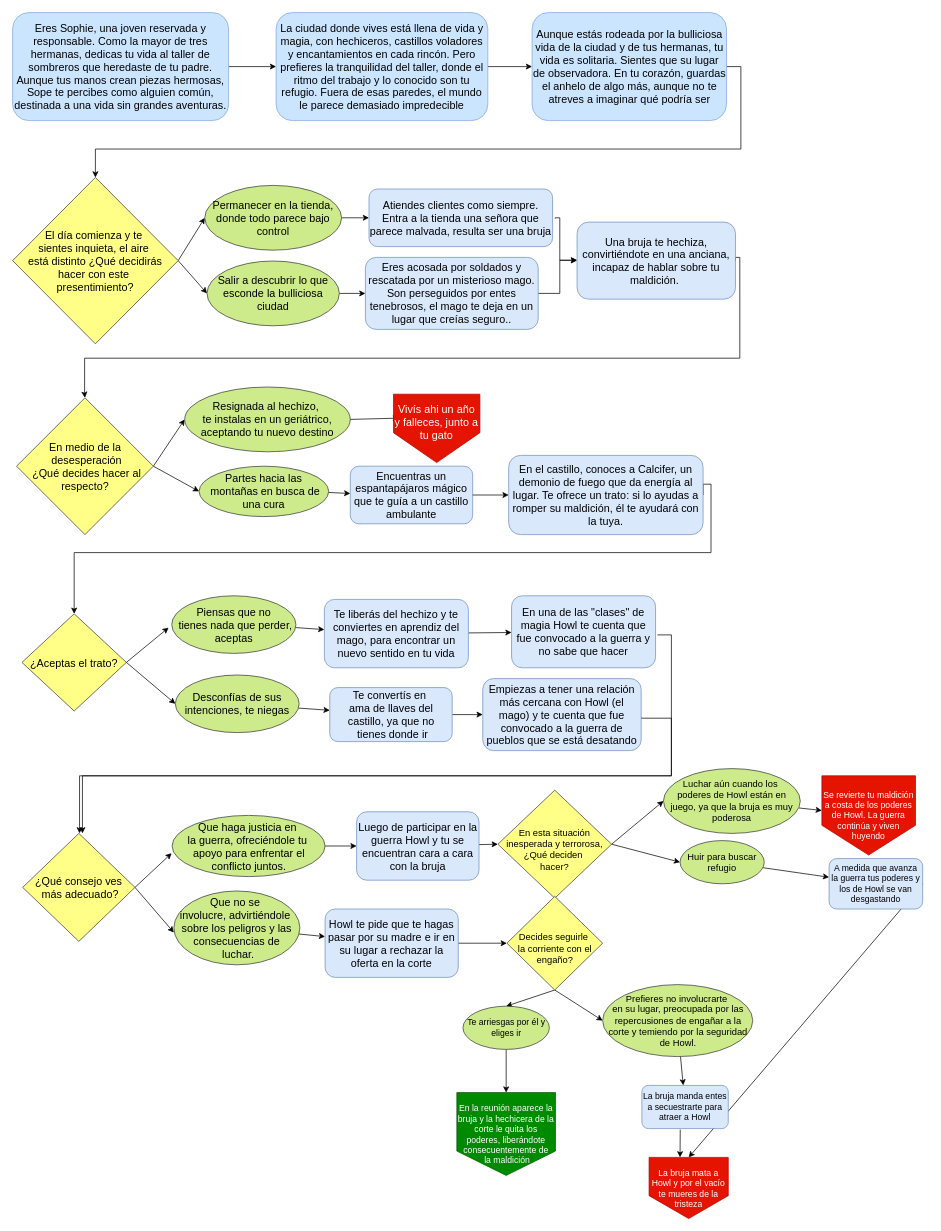
Above: Untitled Diagram.drawio in delfinapinto/pmiw (draw.io), before the change. Source tidied: cells renumbered, new cells numbered last; positions are measured from the earlier drawing's top-left corner, leaving out a move shared by most shapes. Both pictures are drawn from the tidied source at 72%, with x=0, y=0 at pixel (12, 12).
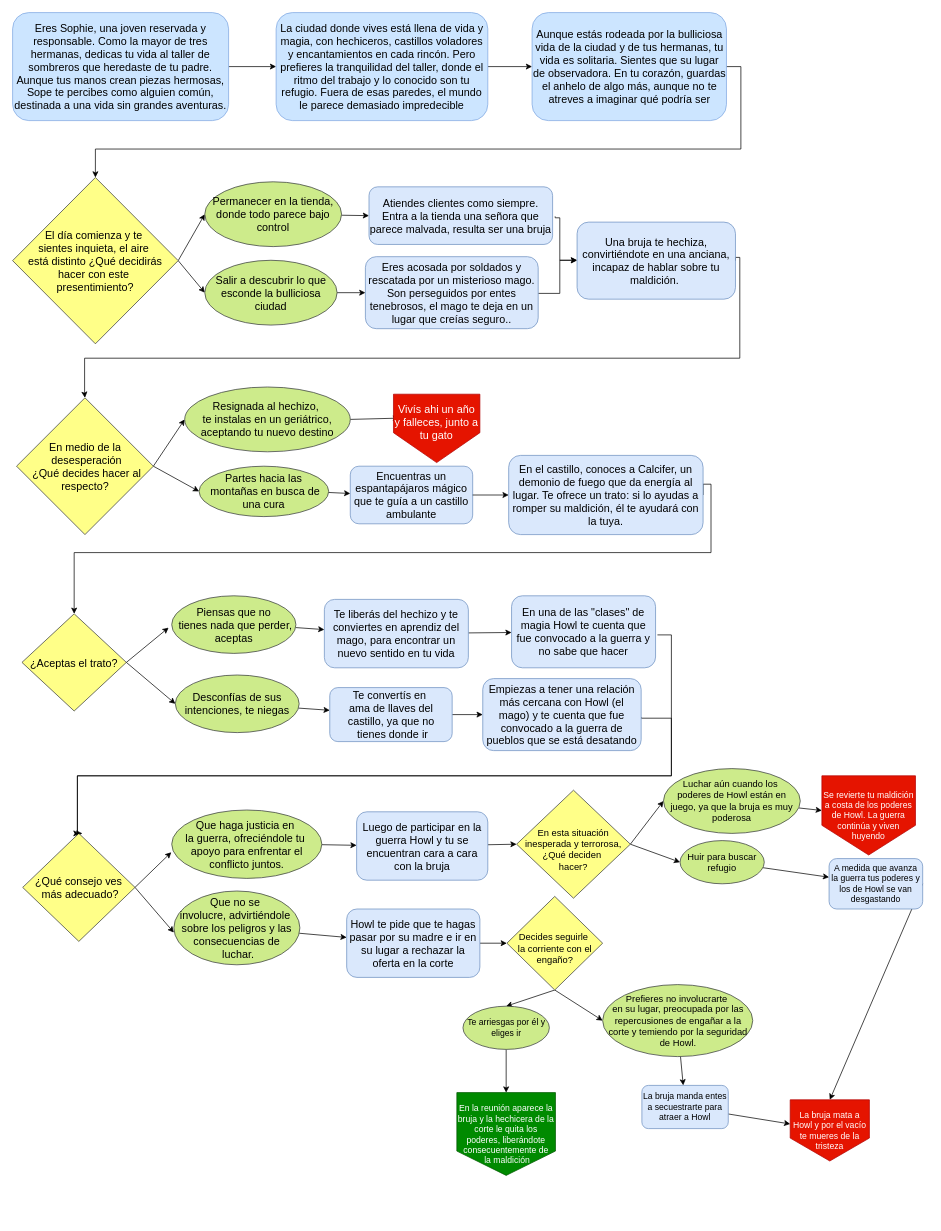
After the change.

The change refers to these unchanged cells:
```xml
<mxCell id="39" value="&lt;font style=&quot;font-size: 15px;&quot;&gt;Empiezas a tener una relación más cercana con Howl (el mago) y te cuenta que fue convocado a la guerra de pueblos que se está desatando&lt;/font&gt;" style="rounded=1;whiteSpace=wrap;html=1;fillColor=#dae8fc;strokeColor=#6c8ebf;" parent="1" vertex="1">
  <mxGeometry x="653" y="925" width="220" height="100" as="geometry" />
</mxCell>
<mxCell id="70" value="La bruja manda entes a secuestrarte para atraer a Howl" style="rounded=1;whiteSpace=wrap;html=1;fillColor=#dae8fc;strokeColor=#6c8ebf;" parent="1" vertex="1">
  <mxGeometry x="874" y="1490" width="120" height="60" as="geometry" />
</mxCell>
```

What changed in the source:
```diff
@@
     <mxCell id="8" value="&lt;font style=&quot;font-size: 15px;&quot;&gt;Permanecer en la tienda, donde todo parece bajo control&lt;/font&gt;" style="ellipse;whiteSpace=wrap;html=1;fillColor=#cdeb8b;strokeColor=#36393d;" parent="1" vertex="1">
-      <mxGeometry x="266.9" y="240" width="190" height="90" as="geometry" />
+      <mxGeometry x="266.9" y="235" width="190" height="90" as="geometry" />
     </mxCell>
@@
     <mxCell id="10" value="&lt;font style=&quot;font-size: 15px;&quot;&gt;Salir a descubrir lo que esconde la bulliciosa ciudad&lt;/font&gt;" style="ellipse;whiteSpace=wrap;html=1;fillColor=#cdeb8b;strokeColor=#36393d;" parent="1" vertex="1">
-      <mxGeometry x="270" y="345" width="183.8" height="90" as="geometry" />
+      <mxGeometry x="266.9" y="344" width="183.8" height="90" as="geometry" />
     </mxCell>
@@
     <mxCell id="12" value="&lt;font style=&quot;font-size: 15px;&quot;&gt;Atiendes clientes como siempre. Entra a la tienda una señora que parece malvada, resulta ser una bruja&lt;/font&gt;" style="whiteSpace=wrap;html=1;rounded=1;fillColor=#dae8fc;strokeColor=#6c8ebf;" parent="1" vertex="1">
-      <mxGeometry x="495" y="245" width="255" height="80" as="geometry" />
+      <mxGeometry x="495" y="242" width="255" height="80" as="geometry" />
     </mxCell>
@@
     <mxCell id="14" value="&lt;font style=&quot;font-size: 15px;&quot;&gt;Eres acosada por soldados y rescatada por un misterioso mago. Son perseguidos por entes tenebrosos, el mago te deja en un lugar  que creías seguro..&lt;/font&gt;" style="rounded=1;whiteSpace=wrap;html=1;fillColor=#dae8fc;strokeColor=#6c8ebf;" parent="1" vertex="1">
-      <mxGeometry x="490" y="340" width="240" height="100" as="geometry" />
+      <mxGeometry x="490" y="339" width="240" height="100" as="geometry" />
     </mxCell>
@@
     <mxCell id="38" style="edgeStyle=orthogonalEdgeStyle;rounded=0;jettySize=auto;html=1;entryX=0.5;entryY=0;entryDx=0;entryDy=0;exitX=1;exitY=0.537;exitDx=0;exitDy=0;exitPerimeter=0;" parent="1" edge="1" source="39">
       <mxGeometry relative="1" as="geometry">
         <mxPoint x="97" y="1140" as="targetPoint" />
         <Array as="points">
           <mxPoint x="873" y="980" />
           <mxPoint x="915" y="980" />
           <mxPoint x="915" y="1060" />
-          <mxPoint x="97" y="1060" />
+          <mxPoint x="90" y="1060" />
+          <mxPoint x="90" y="1140" />
         </Array>
       </mxGeometry>
     </mxCell>
@@
     <mxCell id="44" value="&lt;font style=&quot;font-size: 15px;&quot;&gt;Que haga justicia en&amp;nbsp;&lt;/font&gt;&lt;div&gt;&lt;font style=&quot;font-size: 15px;&quot;&gt;la&amp;nbsp;&lt;/font&gt;&lt;span style=&quot;font-size: 15px; background-color: initial;&quot;&gt;guerra, ofreciéndole tu&amp;nbsp;&lt;/span&gt;&lt;/div&gt;&lt;div&gt;&lt;span style=&quot;font-size: 15px; background-color: initial;&quot;&gt;apoyo para enfrentar el conflicto juntos.&lt;/span&gt;&lt;/div&gt;" style="ellipse;whiteSpace=wrap;html=1;fillColor=#cdeb8b;strokeColor=#36393d;" parent="1" vertex="1">
-      <mxGeometry x="221.5" y="1115" width="212.5" height="85" as="geometry" />
+      <mxGeometry x="221" y="1107.5" width="208.5" height="95" as="geometry" />
     </mxCell>
@@
     <mxCell id="48" value="&lt;font style=&quot;font-size: 15px;&quot;&gt;Luego de participar en la guerra&amp;nbsp;Howl y tu se encuentran cara a cara con la bruja&lt;/font&gt;" style="rounded=1;whiteSpace=wrap;html=1;fillColor=#dae8fc;strokeColor=#6c8ebf;" parent="1" vertex="1">
-      <mxGeometry x="477.8" y="1110" width="170" height="95" as="geometry" />
+      <mxGeometry x="477.8" y="1110" width="182.2" height="95" as="geometry" />
     </mxCell>
@@
     <mxCell id="50" value="&lt;font style=&quot;font-size: 15px;&quot;&gt;Howl te pide que te hagas pasar por su madre e ir en su lugar a rechazar la oferta en la corte&lt;/font&gt;" style="rounded=1;whiteSpace=wrap;html=1;fillColor=#dae8fc;strokeColor=#6c8ebf;" parent="1" vertex="1">
-      <mxGeometry x="434" y="1245" width="185" height="95" as="geometry" />
+      <mxGeometry x="464" y="1245" width="185" height="95" as="geometry" />
     </mxCell>
@@
     <mxCell id="53" value="&lt;div style=&quot;font-size: 13px;&quot;&gt;&lt;font style=&quot;font-size: 13px;&quot;&gt;&lt;br&gt;&lt;/font&gt;&lt;/div&gt;&lt;font style=&quot;font-size: 13px;&quot;&gt;En esta situación inesperada y terrorosa, ¿Qué deciden&amp;nbsp;&lt;/font&gt;&lt;div style=&quot;font-size: 13px;&quot;&gt;&lt;font style=&quot;font-size: 13px;&quot;&gt;hacer?&lt;/font&gt;&lt;/div&gt;" style="rhombus;whiteSpace=wrap;html=1;fillColor=#ffff88;strokeColor=#36393d;" parent="1" vertex="1">
-      <mxGeometry x="674" y="1080" width="158" height="150" as="geometry" />
+      <mxGeometry x="700" y="1080" width="158" height="150" as="geometry" />
     </mxCell>
@@
-    <mxCell id="69" style="edgeStyle=none;rounded=0;jettySize=auto;html=1;exitX=0.444;exitY=1.023;exitDx=0;exitDy=0;exitPerimeter=0;" parent="1" edge="1" source="70">
-      <mxGeometry relative="1" as="geometry">
-        <mxPoint x="927" y="1590" as="targetPoint" />
-      </mxGeometry>
-    </mxCell>
+    <mxCell id="81" style="rounded=0;jettySize=auto;html=1;" parent="1" edge="1" source="70" target="71">
+      <mxGeometry relative="1" as="geometry" />
+    </mxCell>
@@
     <mxCell id="71" value="&lt;div&gt;La bruja mata a Howl y por el vacío te mueres de la tristeza&lt;br&gt;&lt;/div&gt;" style="shape=offPageConnector;whiteSpace=wrap;html=1;fillColor=#e51400;fontColor=#ffffff;strokeColor=#B20000;" parent="1" vertex="1">
-      <mxGeometry x="884" y="1590" width="110" height="85" as="geometry" />
+      <mxGeometry x="1080" y="1510" width="110" height="85" as="geometry" />
     </mxCell>
@@
     <mxCell id="79" style="edgeStyle=orthogonalEdgeStyle;rounded=0;orthogonalLoop=1;jettySize=auto;html=1;exitX=0.998;exitY=0.543;exitDx=0;exitDy=0;entryX=0.487;entryY=0;entryDx=0;entryDy=0;exitPerimeter=0;entryPerimeter=0;" parent="1" edge="1">
       <mxGeometry relative="1" as="geometry">
         <mxPoint x="895.6" y="864.3" as="sourcePoint" />
         <mxPoint x="93" y="1140" as="targetPoint" />
         <Array as="points">
           <mxPoint x="915" y="864" />
           <mxPoint x="915" y="1060" />
-          <mxPoint x="93" y="1060" />
+          <mxPoint x="90" y="1060" />
+          <mxPoint x="90" y="1140" />
         </Array>
       </mxGeometry>
     </mxCell>
```
